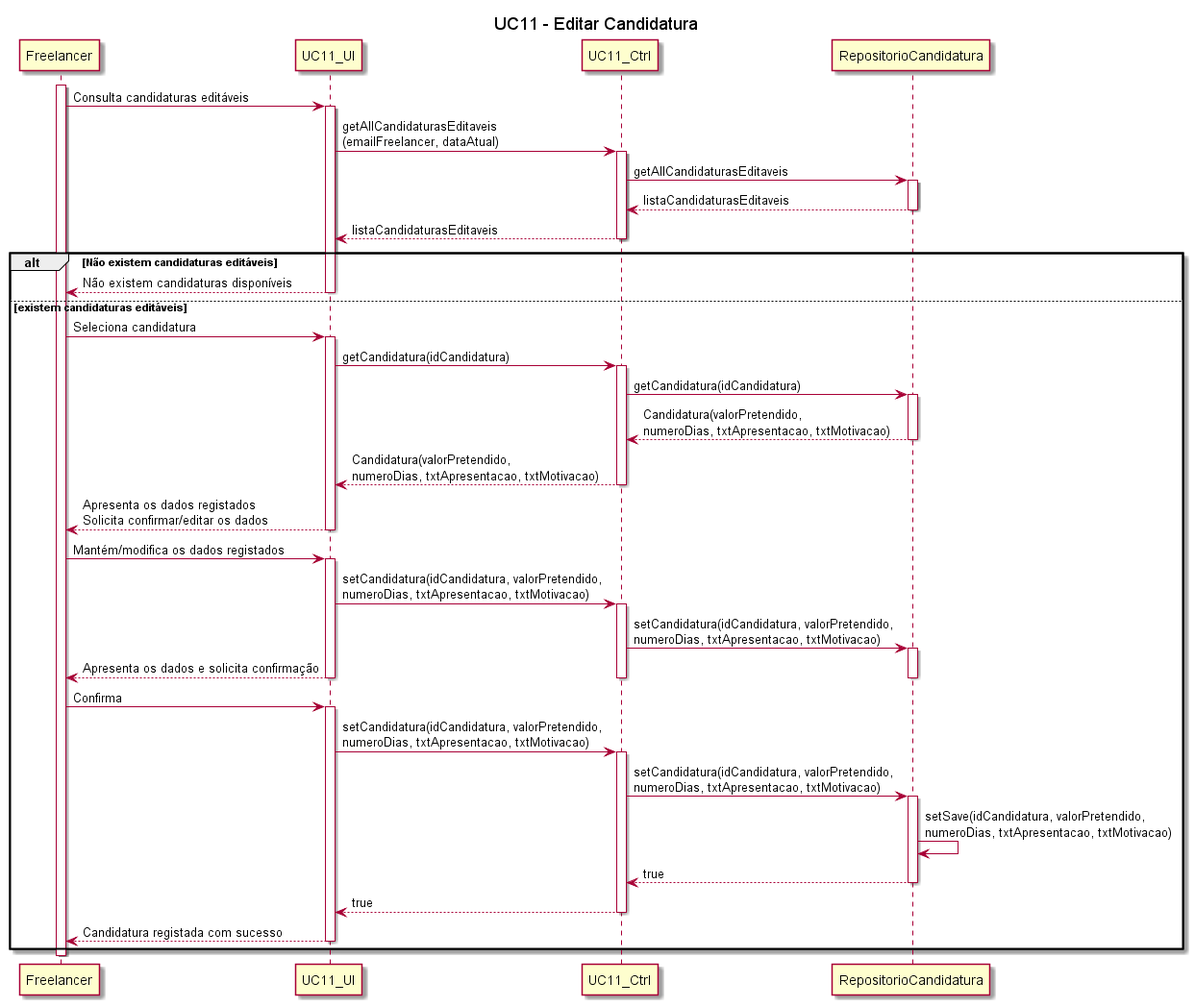
The PlantUML diagram Documentação/Sprint 4/UC11_Editar_Candidatura/UC11_Editar_Candidatura_Diag_Seq.png in blestonbandeiraUPSKILL/upskill_java1_labprg_grupo2, before a commit.
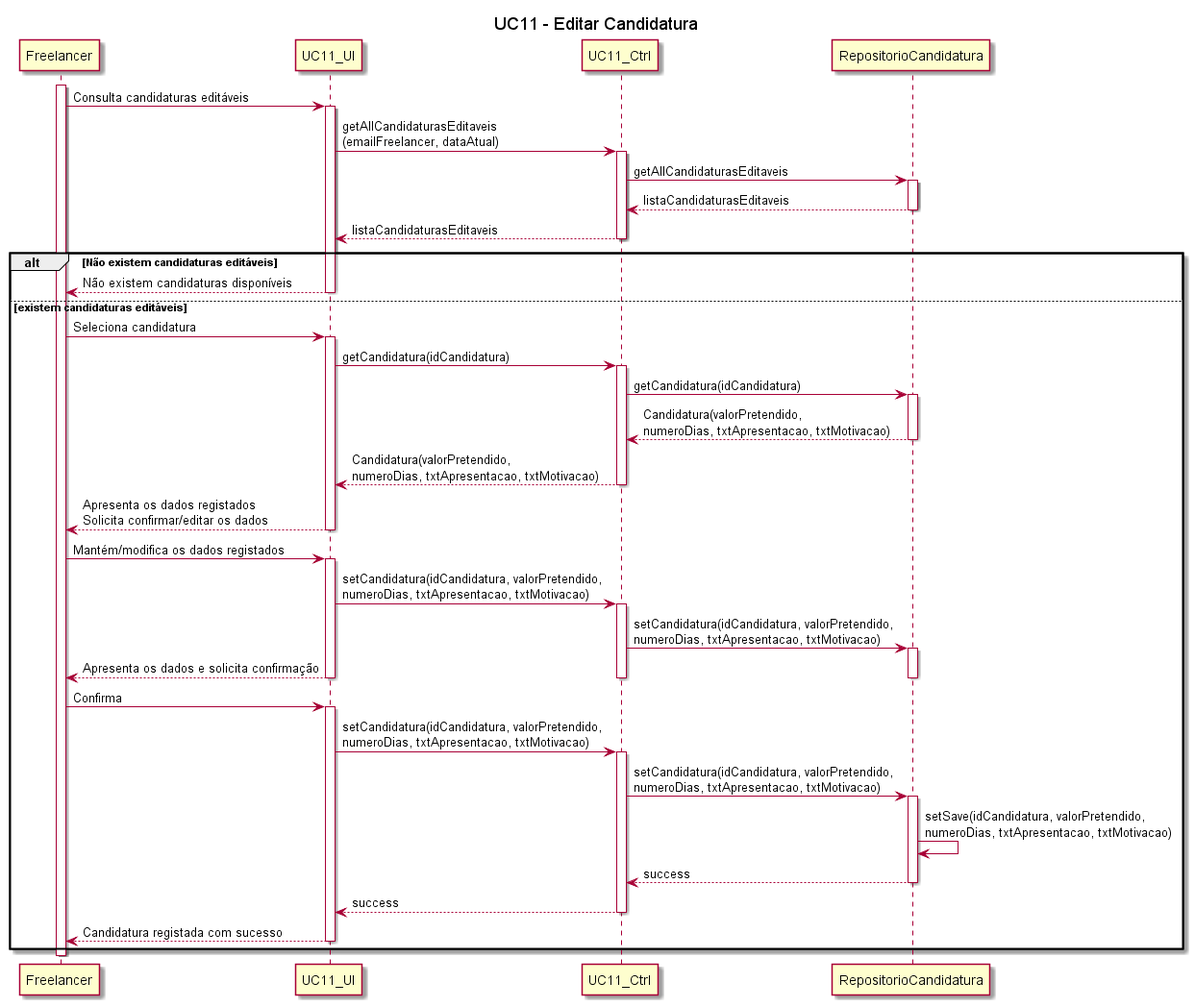
Later version of the same file.

Diff of the diagram source:
```diff
@@ -51,9 +51,9 @@
 UC11_Ctrl -> RepositorioCandidatura : setCandidatura(idCandidatura, valorPretendido, \nnumeroDias, txtApresentacao, txtMotivacao)
 activate RepositorioCandidatura
 RepositorioCandidatura -> RepositorioCandidatura : setSave(idCandidatura, valorPretendido, \nnumeroDias, txtApresentacao, txtMotivacao)
-RepositorioCandidatura --> UC11_Ctrl : true
+RepositorioCandidatura --> UC11_Ctrl : success
 deactivate RepositorioCandidatura
-UC11_Ctrl --> UC11_UI : true
+UC11_Ctrl --> UC11_UI : success
 deactivate UC11_Ctrl
 UC11_UI --> Freelancer : Candidatura registada com sucesso
 deactivate UC11_UI
```
